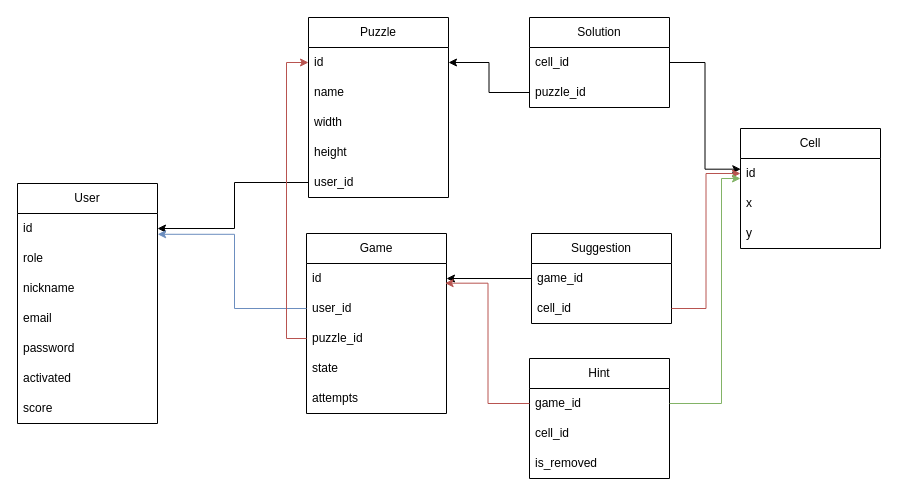
AndrewLozychenko27/Demo-Nonogram keeps this draw.io diagram as db_diagram.drawio. Above is the earlier version. Source tidied: cells renumbered, new cells numbered last; positions are measured from the earlier drawing's top-left corner, leaving out a move shared by most shapes. Both pictures are drawn from the tidied source at 100%, with x=0, y=0 at pixel (17, 17).
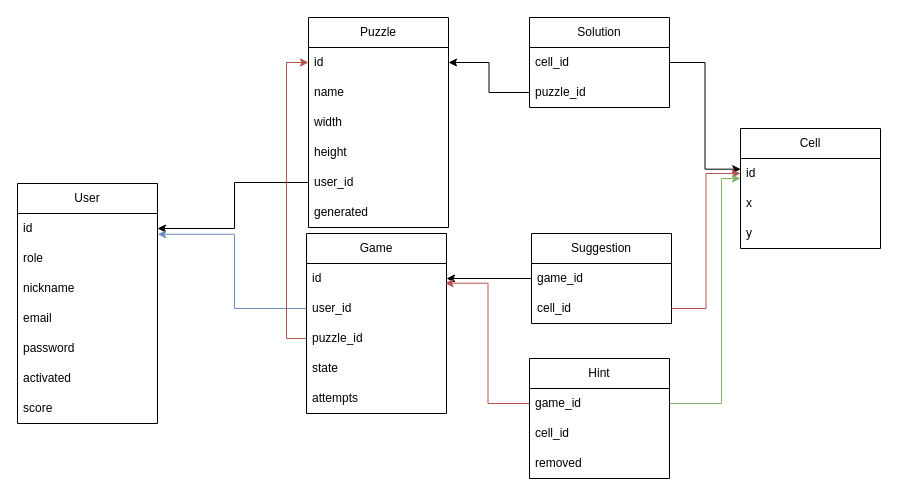
Above is the later version.

Commit message (it also covers changes not shown here):
Added generated flag to puzzle entity, now puzzle owner can play it

The change refers to these unchanged cells:
```xml
<mxCell id="39" value="Hint" style="swimlane;fontStyle=0;horizontal=1;startSize=30;whiteSpace=wrap;html=1;" parent="1" vertex="1">
  <mxGeometry x="512" y="341" width="140" height="120" as="geometry" />
</mxCell>
```

Change to the diagram source:
```diff
@@
     <mxCell id="10" value="Puzzle" style="swimlane;fontStyle=0;horizontal=1;startSize=30;whiteSpace=wrap;html=1;" parent="1" vertex="1">
-      <mxGeometry x="291" width="140" height="180" as="geometry" />
+      <mxGeometry x="291" width="140" height="210" as="geometry" />
     </mxCell>
@@
+    <mxCell id="45" value="generated" style="text;strokeColor=none;fillColor=none;align=left;verticalAlign=middle;spacingLeft=4;spacingRight=4;overflow=hidden;whiteSpace=wrap;html=1;" parent="10" vertex="1">
+      <mxGeometry y="180" width="140" height="30" as="geometry" />
+    </mxCell>
@@
-    <mxCell id="42" value="is_removed" style="text;strokeColor=none;fillColor=none;align=left;verticalAlign=middle;spacingLeft=4;spacingRight=4;overflow=hidden;whiteSpace=wrap;html=1;" parent="39" vertex="1">
+    <mxCell id="42" value="removed" style="text;strokeColor=none;fillColor=none;align=left;verticalAlign=middle;spacingLeft=4;spacingRight=4;overflow=hidden;whiteSpace=wrap;html=1;" parent="39" vertex="1">
       <mxGeometry y="90" width="140" height="30" as="geometry" />
     </mxCell>
```
